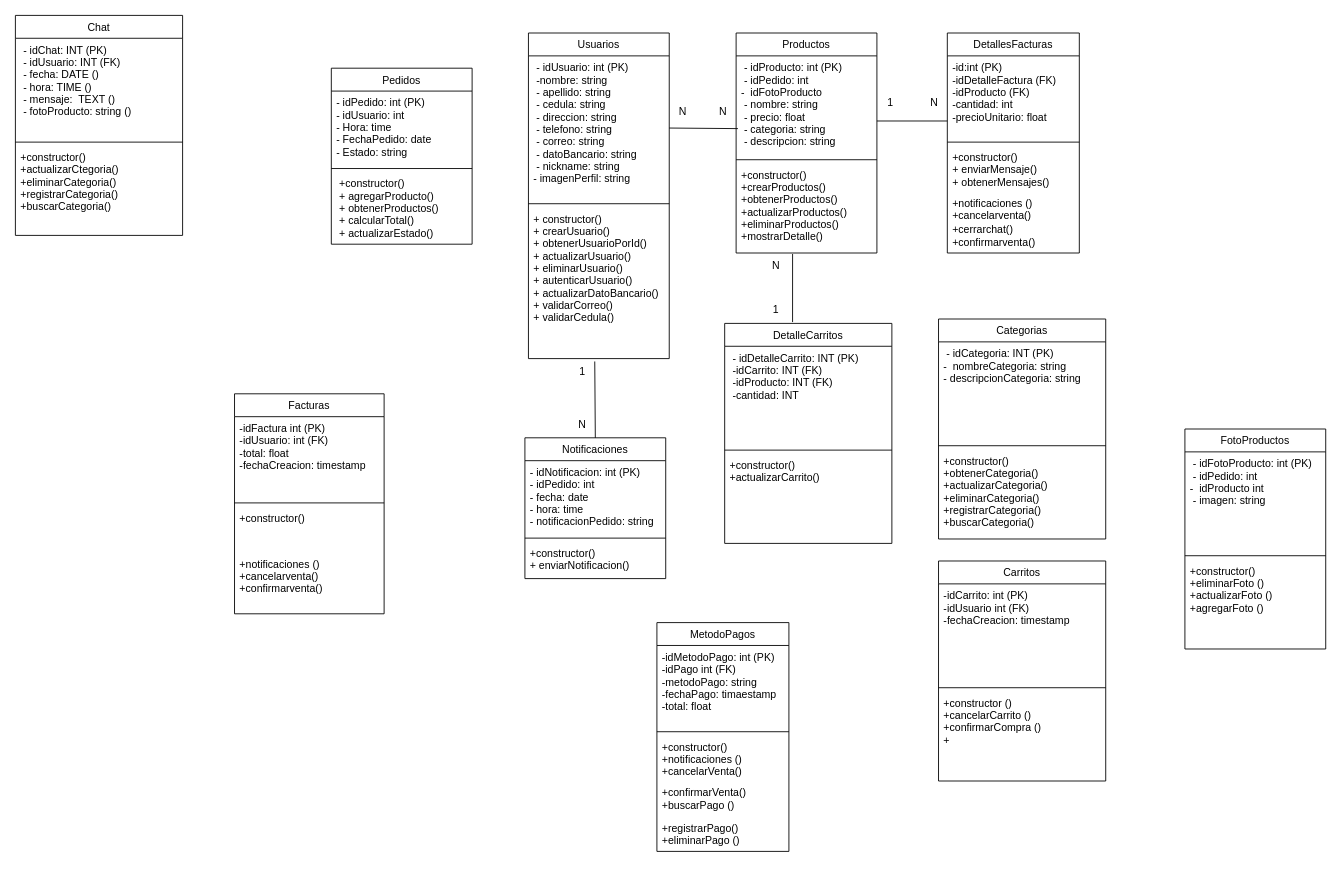
DarkJ-18/DiagramaClasesKamiapp keeps this draw.io diagram as DiagramaClasesKamiapp copy.drawio. Above is the earlier version. Source tidied: cells renumbered, new cells numbered last; positions are measured from the earlier drawing's top-left corner, leaving out a move shared by most shapes. Both pictures are drawn from the tidied source at 88%, with x=0, y=0 at pixel (15, 15).
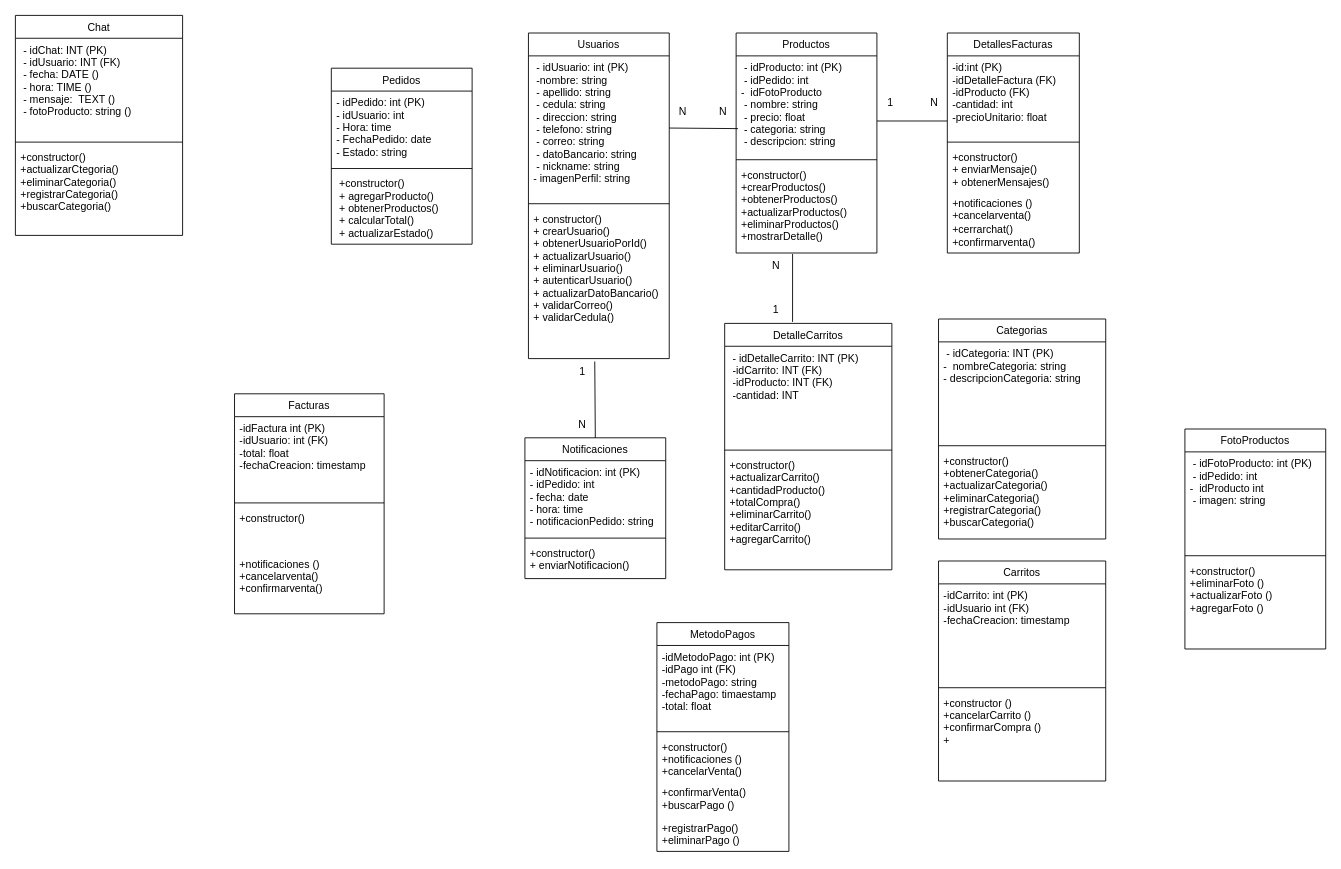
Above is the later version.

Commit message:
se actualiza diagrama detallecarritos

Diff of the diagram source:
```diff
@@
     <mxCell id="47" value="DetalleCarritos" style="swimlane;fontStyle=0;align=center;verticalAlign=top;horizontal=1;startSize=26;rounded=0;shadow=0;strokeWidth=1;fontSize=12;" parent="1" vertex="1">
-      <mxGeometry x="806" y="350" width="190" height="250" as="geometry" />
+      <mxGeometry x="806" y="350" width="190" height="280" as="geometry" />
     </mxCell>
@@
-    <mxCell id="50" value="+constructor()&#10;+actualizarCarrito()" style="text;align=left;verticalAlign=top;spacingLeft=4;spacingRight=4;overflow=hidden;fontSize=12;" parent="47" vertex="1">
-      <mxGeometry y="148" width="190" height="102" as="geometry" />
+    <mxCell id="50" value="+constructor()&#10;+actualizarCarrito()&#10;+cantidadProducto()&#10;+totalCompra()&#10;+eliminarCarrito()&#10;+editarCarrito()&#10;+agregarCarrito()" style="text;align=left;verticalAlign=top;spacingLeft=4;spacingRight=4;overflow=hidden;fontSize=12;" parent="47" vertex="1">
+      <mxGeometry y="148" width="190" height="132" as="geometry" />
     </mxCell>
```
